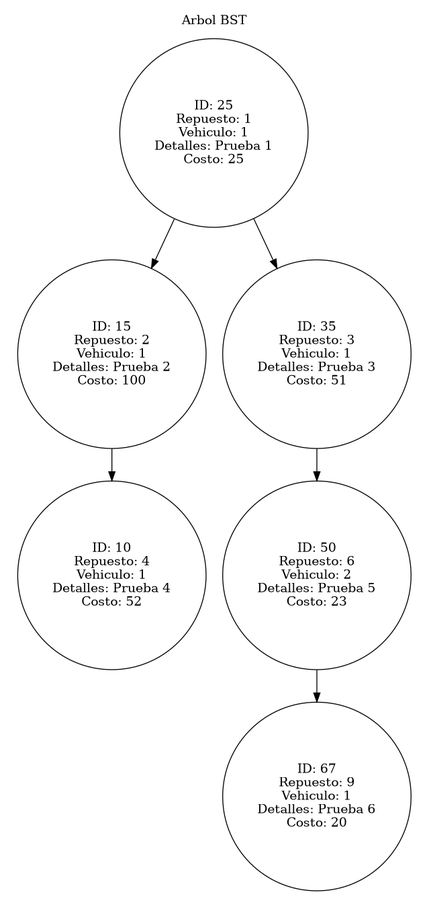
The Graphviz diagram Proyecto-Fase 2/Reportes/BST.png in Rodrigo-1504/-EDD-1S2025_202202854, before a commit. Its source is kept beside it as Proyecto-Fase 2/Reportes/BST.dot.
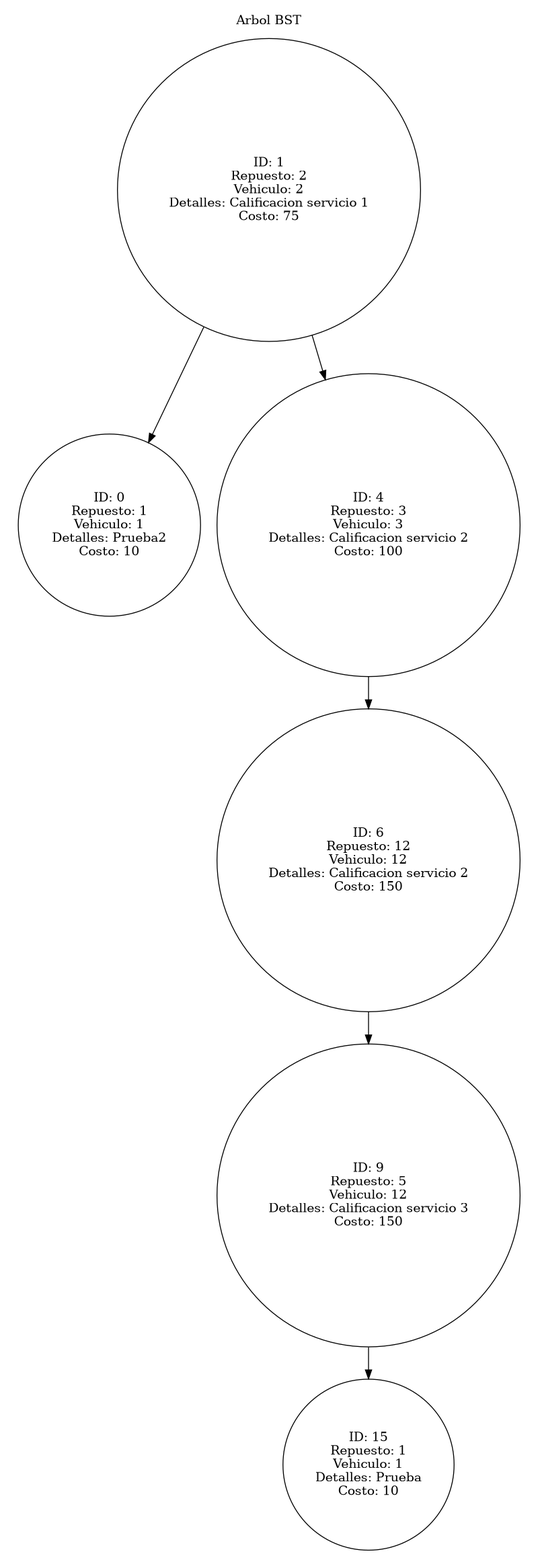
After the commit.

The edit, as a diff of the source:
```diff
@@ -3,40 +3,40 @@
 	graph[pencolor=transparent];
 	subgraph cluster_0{
 		label = "Arbol BST";
-	"25" [label = "ID: 25
+	"1" [label = "ID: 1
+Repuesto: 2
+Vehiculo: 2
+Detalles: Calificacion servicio 1
+Costo: 75"];
+	"1" -> "0";
+	"1" -> "4";
+	"0" [label = "ID: 0
 Repuesto: 1
 Vehiculo: 1
-Detalles: Prueba 1
-Costo: 25"];
-	"25" -> "15";
-	"25" -> "35";
+Detalles: Prueba2
+Costo: 10"];
+	"4" [label = "ID: 4
+Repuesto: 3
+Vehiculo: 3
+Detalles: Calificacion servicio 2
+Costo: 100"];
+	"4" -> "6";
+	"6" [label = "ID: 6
+Repuesto: 12
+Vehiculo: 12
+Detalles: Calificacion servicio 2
+Costo: 150"];
+	"6" -> "9";
+	"9" [label = "ID: 9
+Repuesto: 5
+Vehiculo: 12
+Detalles: Calificacion servicio 3
+Costo: 150"];
+	"9" -> "15";
 	"15" [label = "ID: 15
-Repuesto: 2
+Repuesto: 1
 Vehiculo: 1
-Detalles: Prueba 2
-Costo: 100"];
-	"15" -> "10";
-	"10" [label = "ID: 10
-Repuesto: 4
-Vehiculo: 1
-Detalles: Prueba 4
-Costo: 52"];
-	"35" [label = "ID: 35
-Repuesto: 3
-Vehiculo: 1
-Detalles: Prueba 3
-Costo: 51"];
-	"35" -> "50";
-	"50" [label = "ID: 50
-Repuesto: 6
-Vehiculo: 2
-Detalles: Prueba 5
-Costo: 23"];
-	"50" -> "67";
-	"67" [label = "ID: 67
-Repuesto: 9
-Vehiculo: 1
-Detalles: Prueba 6
-Costo: 20"];
+Detalles: Prueba
+Costo: 10"];
 		}
 }
```
